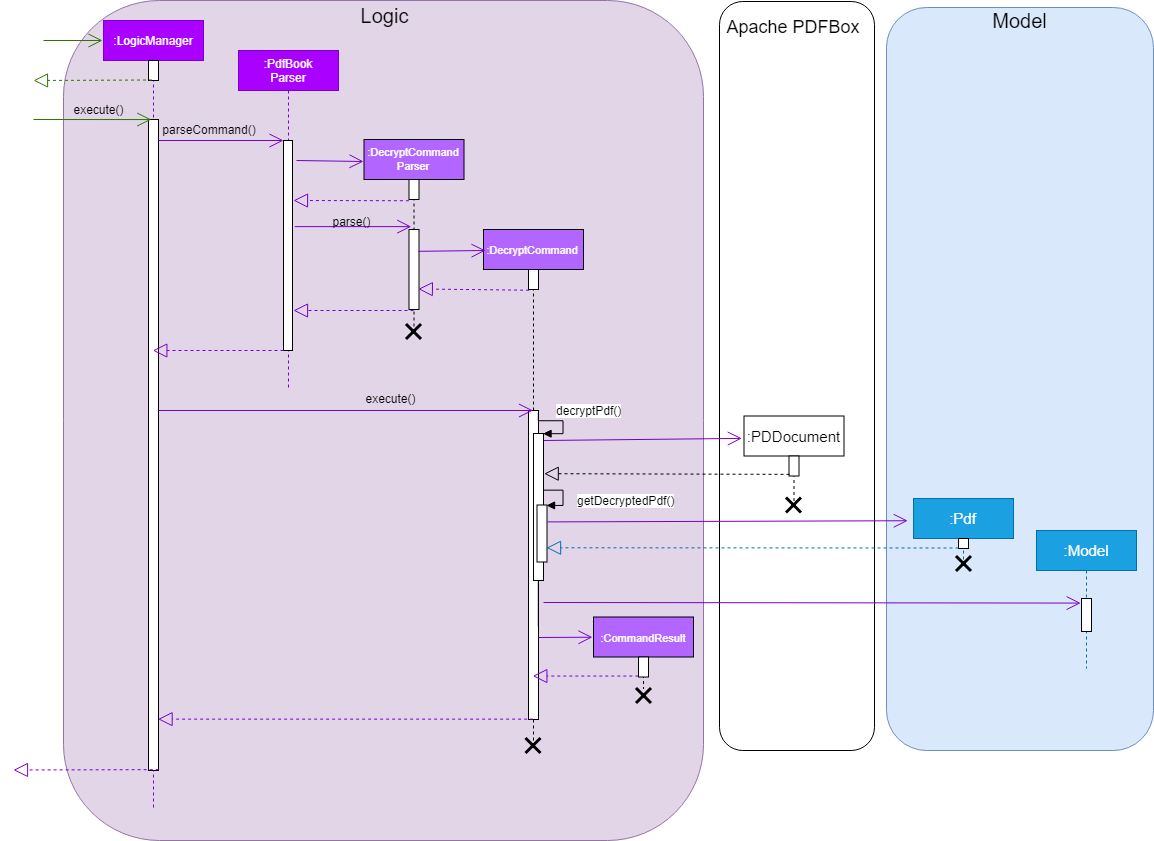
Before: docs/images/DecryptCommandSequenceDiagram.png, a diagram exported from draw.io (nus-cs2103-AY1819S2/addressbook-level4). Source tidied: cells renumbered, new cells last; positions are measured from the earlier drawing's top-left corner, leaving out a move shared by most shapes.
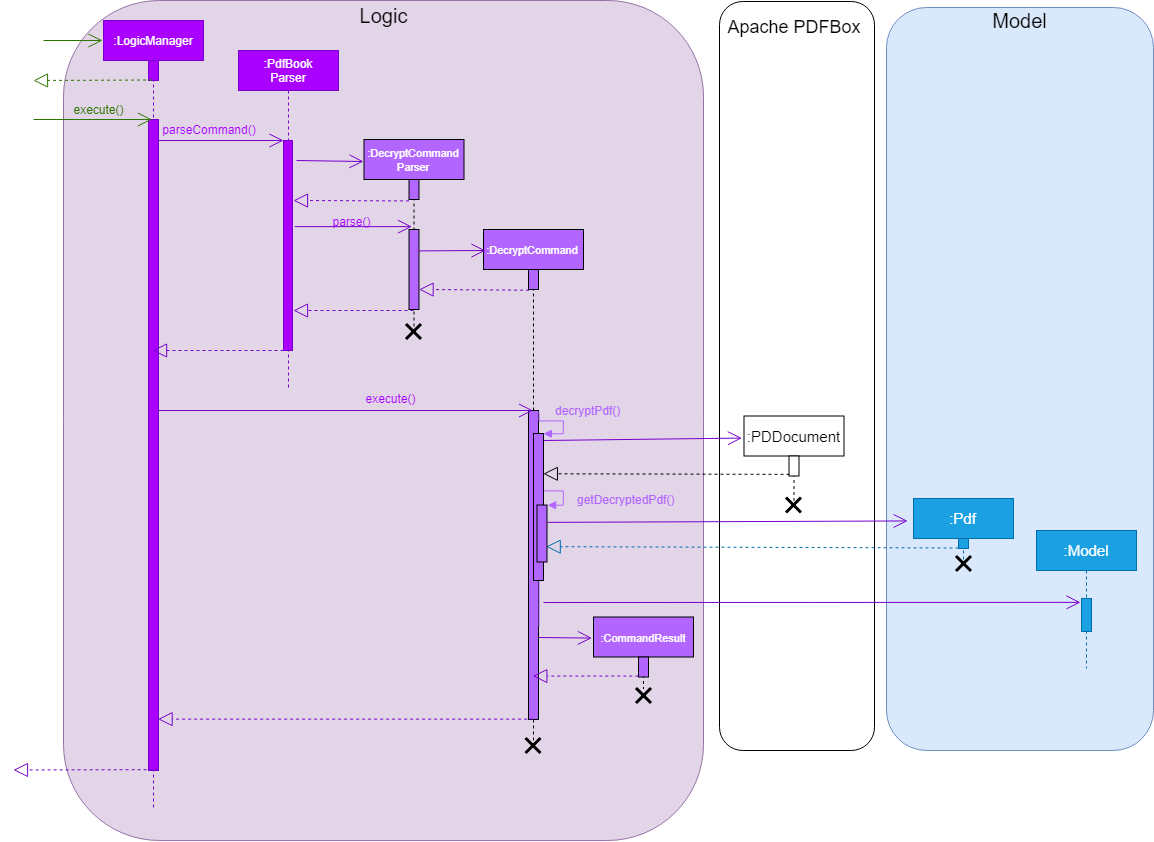
Later version of the same file.

Commit message:
(v1.4) Architecture diagram adjustments

What changed in the source:
```diff
@@ -11,19 +11,19 @@
     <mxCell id="4" value=":LogicManager" style="shape=umlLifeline;perimeter=lifelinePerimeter;whiteSpace=wrap;html=1;outlineConnect=0;fillColor=#aa00ff;strokeColor=#7700CC;fontColor=#ffffff;" parent="1" vertex="1">
       <mxGeometry x="90" y="20" width="100" height="790" as="geometry" />
     </mxCell>
-    <mxCell id="5" style="html=1;points=[];perimeter=orthogonalPerimeter;fontSize=20;" parent="4" vertex="1">
+    <mxCell id="5" style="html=1;points=[];perimeter=orthogonalPerimeter;fontSize=20;fillColor=#aa00ff;strokeColor=#7700CC;fontColor=#ffffff;" parent="4" vertex="1">
       <mxGeometry x="45" y="99" width="10" height="651" as="geometry" />
     </mxCell>
-    <mxCell id="6" style="html=1;perimeter=orthogonalPerimeter;fontSize=20;" parent="4" vertex="1">
+    <mxCell id="6" style="html=1;perimeter=orthogonalPerimeter;fontSize=20;fillColor=#aa00ff;strokeColor=#7700CC;fontColor=#ffffff;" parent="4" vertex="1">
       <mxGeometry x="45" y="40" width="10" height="20" as="geometry" />
     </mxCell>
     <mxCell id="7" value=":PdfBook&lt;br&gt;Parser" style="shape=umlLifeline;perimeter=lifelinePerimeter;whiteSpace=wrap;html=1;fillColor=#aa00ff;strokeColor=#7700CC;fontColor=#ffffff;" parent="1" vertex="1">
       <mxGeometry x="225" y="50" width="100" height="340" as="geometry" />
     </mxCell>
-    <mxCell id="8" style="html=1;perimeter=orthogonalPerimeter;fontSize=20;" parent="7" vertex="1">
+    <mxCell id="8" style="html=1;perimeter=orthogonalPerimeter;fontSize=20;fillColor=#aa00ff;strokeColor=#7700CC;fontColor=#ffffff;" parent="7" vertex="1">
       <mxGeometry x="45" y="90" width="9" height="210" as="geometry" />
     </mxCell>
-    <mxCell id="9" value="execute()" style="text;html=1;strokeColor=none;fillColor=none;align=center;verticalAlign=middle;whiteSpace=wrap;rounded=0;fontSize=12;" parent="1" vertex="1">
+    <mxCell id="9" value="execute()" style="text;html=1;strokeColor=none;fillColor=none;align=center;verticalAlign=middle;whiteSpace=wrap;rounded=0;fontSize=12;fontColor=#2D7600;" parent="1" vertex="1">
       <mxGeometry x="50" y="99" width="70" height="20" as="geometry" />
     </mxCell>
     <mxCell id="10" value="Logic" style="text;html=1;strokeColor=none;fillColor=none;align=center;verticalAlign=middle;whiteSpace=wrap;rounded=0;fontSize=20;" parent="1" vertex="1">
@@ -40,16 +40,16 @@
         <mxPoint x="20" y="119" as="sourcePoint" />
       </mxGeometry>
     </mxCell>
-    <mxCell id="13" value="parseCommand()" style="text;html=1;strokeColor=none;fillColor=none;align=center;verticalAlign=middle;whiteSpace=wrap;rounded=0;fontSize=12;" parent="1" vertex="1">
+    <mxCell id="13" value="parseCommand()" style="text;html=1;strokeColor=none;fillColor=none;align=center;verticalAlign=middle;whiteSpace=wrap;rounded=0;fontSize=12;fontColor=#AA00FF;" parent="1" vertex="1">
       <mxGeometry x="160" y="119" width="71" height="20" as="geometry" />
     </mxCell>
     <mxCell id="14" value="&lt;font style=&quot;font-size: 11px&quot; color=&quot;#ffffff&quot;&gt;:DecryptCommand&lt;br&gt;Parser&lt;/font&gt;" style="shape=umlLifeline;perimeter=lifelinePerimeter;whiteSpace=wrap;html=1;fillColor=#B266FF;" parent="1" vertex="1">
       <mxGeometry x="350.5" y="139" width="100" height="190" as="geometry" />
     </mxCell>
-    <mxCell id="15" style="html=1;points=[];perimeter=orthogonalPerimeter;fontSize=20;" parent="14" vertex="1">
+    <mxCell id="15" style="html=1;points=[];perimeter=orthogonalPerimeter;fontSize=20;fillColor=#B266FF;" parent="14" vertex="1">
       <mxGeometry x="45" y="40" width="10" height="20" as="geometry" />
     </mxCell>
-    <mxCell id="16" style="html=1;points=[];perimeter=orthogonalPerimeter;fontSize=20;" parent="14" vertex="1">
+    <mxCell id="16" style="html=1;points=[];perimeter=orthogonalPerimeter;fontSize=20;fillColor=#B266FF;" parent="14" vertex="1">
       <mxGeometry x="45" y="90" width="10" height="80" as="geometry" />
     </mxCell>
     <mxCell id="17" style="endArrow=open;endFill=1;endSize=12;html=1;fontSize=20;fillColor=#aa00ff;strokeColor=#7700CC;" parent="1" edge="1">
@@ -66,19 +66,19 @@
     <mxCell id="19" style="endArrow=open;endFill=1;endSize=12;html=1;fillColor=#aa00ff;strokeColor=#7700CC;startSize=7;entryX=1;entryY=0.75;entryDx=0;entryDy=0;exitX=0.033;exitY=0.75;exitDx=0;exitDy=0;exitPerimeter=0;" parent="1" edge="1" source="20" target="20">
       <mxGeometry relative="1" as="geometry" />
     </mxCell>
-    <mxCell id="20" value="parse()" style="text;html=1;strokeColor=none;fillColor=none;align=center;verticalAlign=middle;whiteSpace=wrap;rounded=0;fontSize=12;" parent="1" vertex="1">
+    <mxCell id="20" value="parse()" style="text;html=1;strokeColor=none;fillColor=none;align=center;verticalAlign=middle;whiteSpace=wrap;rounded=0;fontSize=12;fontColor=#AA00FF;labelBackgroundColor=none;" parent="1" vertex="1">
       <mxGeometry x="277" y="211" width="121" height="20" as="geometry" />
     </mxCell>
     <mxCell id="21" value="&lt;font style=&quot;font-size: 11px&quot;&gt;&lt;font color=&quot;#ffffff&quot;&gt;:DecryptCommand&lt;/font&gt;&lt;br&gt;&lt;/font&gt;" style="shape=umlLifeline;perimeter=lifelinePerimeter;whiteSpace=wrap;html=1;outlineConnect=0;fillColor=#B266FF;" parent="1" vertex="1">
       <mxGeometry x="470" y="229" width="100" height="511" as="geometry" />
     </mxCell>
-    <mxCell id="22" style="html=1;perimeter=orthogonalPerimeter;fontSize=20;" parent="21" vertex="1">
+    <mxCell id="22" style="html=1;perimeter=orthogonalPerimeter;fontSize=20;fillColor=#B266FF;" parent="21" vertex="1">
       <mxGeometry x="45" y="40" width="10" height="20" as="geometry" />
     </mxCell>
-    <mxCell id="23" style="html=1;perimeter=orthogonalPerimeter;fontSize=20;" parent="21" vertex="1">
+    <mxCell id="23" style="html=1;perimeter=orthogonalPerimeter;fontSize=20;fillColor=#B266FF;" parent="21" vertex="1">
       <mxGeometry x="45" y="181" width="10" height="309" as="geometry" />
     </mxCell>
-    <mxCell id="24" value="getDecryptedPdf()" style="edgeStyle=orthogonalEdgeStyle;html=1;align=left;spacingLeft=2;endArrow=block;rounded=0;entryX=1;entryY=0;fontSize=12;" parent="21" edge="1" target="49">
+    <mxCell id="24" value="&lt;font color=&quot;#b266ff&quot;&gt;getDecryptedPdf()&lt;/font&gt;" style="edgeStyle=orthogonalEdgeStyle;html=1;align=left;spacingLeft=2;endArrow=block;rounded=0;entryX=1;entryY=0;fontSize=12;labelBackgroundColor=none;strokeColor=#B266FF;" parent="21" edge="1" target="49">
       <mxGeometry x="0.78" y="10" relative="1" as="geometry">
         <mxPoint x="55" y="397" as="sourcePoint" />
         <Array as="points">
@@ -138,7 +138,7 @@
     <mxCell id="35" value="&lt;font&gt;&lt;font style=&quot;font-size: 15px&quot;&gt;:Pdf&lt;/font&gt;&lt;br&gt;&lt;/font&gt;" style="shape=umlLifeline;perimeter=lifelinePerimeter;whiteSpace=wrap;html=1;outlineConnect=0;fillColor=#1ba1e2;size=40;strokeColor=#006EAF;fontColor=#ffffff;" parent="1" vertex="1">
       <mxGeometry x="900" y="498" width="100" height="64" as="geometry" />
     </mxCell>
-    <mxCell id="36" style="html=1;perimeter=orthogonalPerimeter;fontSize=20;" parent="35" vertex="1">
+    <mxCell id="36" style="html=1;perimeter=orthogonalPerimeter;fontSize=20;fillColor=#1ba1e2;strokeColor=#006EAF;fontColor=#ffffff;" parent="35" vertex="1">
       <mxGeometry x="45" y="40" width="10" height="10" as="geometry" />
     </mxCell>
     <mxCell id="37" style="endArrow=open;endFill=1;endSize=12;html=1;fillColor=#aa00ff;strokeColor=#7700CC;entryX=-0.021;entryY=0.251;entryDx=0;entryDy=0;entryPerimeter=0;" parent="1" edge="1" target="39">
@@ -174,13 +174,13 @@
     <mxCell id="45" style="shape=umlDestroy;whiteSpace=wrap;html=1;strokeWidth=3;fillColor=#B266FF;fontSize=20;" parent="1" vertex="1">
       <mxGeometry x="942.5" y="555.5" width="15" height="15" as="geometry" />
     </mxCell>
-    <mxCell id="46" value="execute()" style="text;html=1;strokeColor=none;fillColor=none;align=center;verticalAlign=middle;whiteSpace=wrap;rounded=0;fontSize=12;" parent="1" vertex="1">
+    <mxCell id="46" value="execute()" style="text;html=1;strokeColor=none;fillColor=none;align=center;verticalAlign=middle;whiteSpace=wrap;rounded=0;fontSize=12;fontColor=#AA00FF;" parent="1" vertex="1">
       <mxGeometry x="316" y="388" width="121" height="20" as="geometry" />
     </mxCell>
-    <mxCell id="47" style="html=1;points=[];perimeter=orthogonalPerimeter;fontSize=12;" parent="1" vertex="1">
+    <mxCell id="47" style="html=1;points=[];perimeter=orthogonalPerimeter;fontSize=12;fillColor=#B266FF;" parent="1" vertex="1">
       <mxGeometry x="520" y="433" width="10" height="147" as="geometry" />
     </mxCell>
-    <mxCell id="48" value="decryptPdf()" style="edgeStyle=orthogonalEdgeStyle;html=1;align=left;spacingLeft=2;endArrow=block;rounded=0;entryX=1;entryY=0;fontSize=12;" parent="1" edge="1" target="47">
+    <mxCell id="48" value="&lt;font color=&quot;#b266ff&quot;&gt;decryptPdf()&lt;/font&gt;" style="edgeStyle=orthogonalEdgeStyle;html=1;align=left;spacingLeft=2;endArrow=block;rounded=0;entryX=1;entryY=0;fontSize=12;labelBackgroundColor=none;strokeColor=#B266FF;" parent="1" edge="1" target="47">
       <mxGeometry x="-0.32" y="10" relative="1" as="geometry">
         <mxPoint x="524.5" y="412.5" as="sourcePoint" />
         <Array as="points">
@@ -190,13 +190,13 @@
         </Array>
       </mxGeometry>
     </mxCell>
-    <mxCell id="49" style="html=1;points=[];perimeter=orthogonalPerimeter;fontSize=12;" parent="1" vertex="1">
+    <mxCell id="49" style="html=1;points=[];perimeter=orthogonalPerimeter;fontSize=12;fillColor=#B266FF;" parent="1" vertex="1">
       <mxGeometry x="523.5" y="504.5" width="10" height="57" as="geometry" />
     </mxCell>
     <mxCell id="50" value="&lt;font&gt;&lt;font style=&quot;font-size: 15px&quot;&gt;:Model&lt;/font&gt;&lt;br&gt;&lt;/font&gt;" style="shape=umlLifeline;perimeter=lifelinePerimeter;whiteSpace=wrap;html=1;outlineConnect=0;fillColor=#1ba1e2;size=40;strokeColor=#006EAF;fontColor=#ffffff;" parent="1" vertex="1">
       <mxGeometry x="1023" y="530" width="100" height="138" as="geometry" />
     </mxCell>
-    <mxCell id="51" style="html=1;perimeter=orthogonalPerimeter;fontSize=20;" parent="50" vertex="1">
+    <mxCell id="51" style="html=1;perimeter=orthogonalPerimeter;fontSize=20;fillColor=#1ba1e2;strokeColor=#006EAF;fontColor=#ffffff;" parent="50" vertex="1">
       <mxGeometry x="45" y="68" width="10" height="33" as="geometry" />
     </mxCell>
     <mxCell id="52" style="endArrow=open;endFill=1;endSize=12;html=1;fillColor=#aa00ff;strokeColor=#7700CC;entryX=0.438;entryY=0.524;entryDx=0;entryDy=0;entryPerimeter=0;" parent="1" edge="1" target="50">
@@ -207,7 +207,7 @@
     <mxCell id="53" value="&lt;span style=&quot;font-size: 11px&quot;&gt;&lt;font color=&quot;#ffffff&quot;&gt;:CommandResult&lt;/font&gt;&lt;/span&gt;&lt;br&gt;" style="shape=umlLifeline;perimeter=lifelinePerimeter;whiteSpace=wrap;html=1;outlineConnect=0;fillColor=#B266FF;" parent="1" vertex="1">
       <mxGeometry x="580" y="616.5" width="100" height="72" as="geometry" />
     </mxCell>
-    <mxCell id="54" style="html=1;perimeter=orthogonalPerimeter;fontSize=20;" parent="53" vertex="1">
+    <mxCell id="54" style="html=1;perimeter=orthogonalPerimeter;fontSize=20;fillColor=#B266FF;" parent="53" vertex="1">
       <mxGeometry x="45" y="40" width="10" height="20" as="geometry" />
     </mxCell>
     <mxCell id="55" style="endArrow=open;endFill=1;endSize=12;html=1;fillColor=#aa00ff;strokeColor=#7700CC;entryX=-0.016;entryY=0.287;entryDx=0;entryDy=0;entryPerimeter=0;" parent="1" edge="1" target="53">
```
